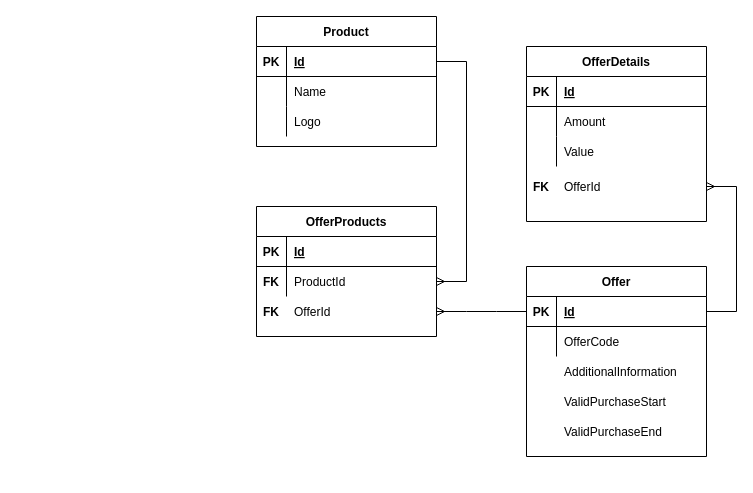
The draw.io diagram Documentation/Wireframes/EditableDocuments/database-design.drawio in hbux/ElancoRebatesProject, before the edit. Source tidied: cells renumbered, new cells numbered last; positions are measured from the earlier drawing's top-left corner, leaving out a move shared by most shapes. Both pictures are drawn from the tidied source at 100%, with x=0, y=0 at pixel (256, 16).
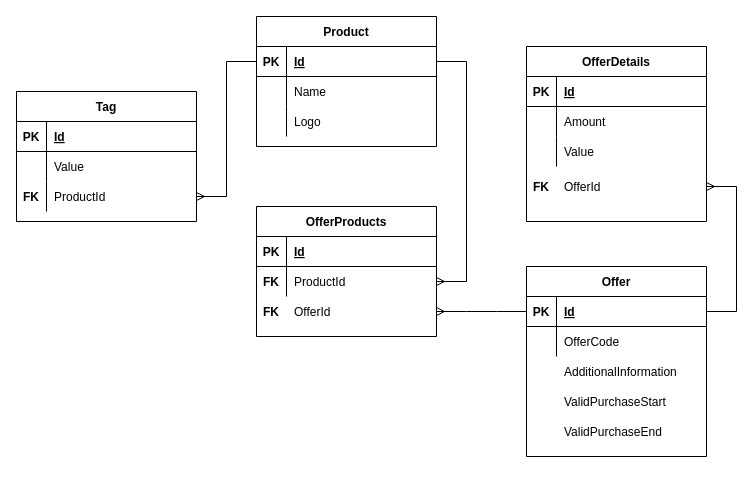
After the change.

Unchanged cells that the change refers to:
```xml
<mxCell id="33" style="shape=tableRow;horizontal=0;startSize=0;swimlaneHead=0;swimlaneBody=0;fillColor=none;points=[[0,0.5],[1,0.5]];portConstraint=eastwest;top=0;left=0;right=0;bottom=1;" parent="32" vertex="1">
  <mxGeometry y="30" width="180" height="30" as="geometry" />
</mxCell>
```

What changed in the source:
```diff
@@
+    <mxCell id="57" value="Tag" style="shape=table;startSize=30;childLayout=tableLayout;rowLines=0;fontStyle=1;align=center;" parent="1" vertex="1">
+      <mxGeometry x="-240" y="75" width="180" height="130" as="geometry" />
+    </mxCell>
+    <mxCell id="58" style="shape=tableRow;horizontal=0;startSize=0;swimlaneHead=0;swimlaneBody=0;fillColor=none;top=0;left=0;right=0;bottom=1;" parent="57" vertex="1">
+      <mxGeometry y="30" width="180" height="30" as="geometry" />
+    </mxCell>
+    <mxCell id="59" value="PK" style="shape=partialRectangle;fillColor=none;top=0;left=0;bottom=0;right=0;fontStyle=1;overflow=hidden;" parent="58" vertex="1">
+      <mxGeometry width="30" height="30" as="geometry" />
+    </mxCell>
+    <mxCell id="60" value="Id" style="shape=partialRectangle;fillColor=none;top=0;left=0;bottom=0;right=0;align=left;spacingLeft=6;fontStyle=5;overflow=hidden;" parent="58" vertex="1">
+      <mxGeometry x="30" width="150" height="30" as="geometry" />
+    </mxCell>
+    <mxCell id="61" style="shape=tableRow;horizontal=0;startSize=0;swimlaneHead=0;swimlaneBody=0;fillColor=none;top=0;left=0;right=0;bottom=0;" parent="57" vertex="1">
+      <mxGeometry y="60" width="180" height="30" as="geometry" />
+    </mxCell>
+    <mxCell id="62" style="shape=partialRectangle;fillColor=none;top=0;left=0;bottom=0;right=0;overflow=hidden;" parent="61" vertex="1">
+      <mxGeometry width="30" height="30" as="geometry" />
+    </mxCell>
+    <mxCell id="63" value="Value" style="shape=partialRectangle;fillColor=none;top=0;left=0;bottom=0;right=0;align=left;spacingLeft=6;overflow=hidden;" parent="61" vertex="1">
+      <mxGeometry x="30" width="150" height="30" as="geometry" />
+    </mxCell>
+    <mxCell id="64" style="shape=tableRow;horizontal=0;startSize=0;swimlaneHead=0;swimlaneBody=0;fillColor=none;points=[[0,0.5],[1,0.5]];portConstraint=eastwest;top=0;left=0;right=0;bottom=0;" parent="57" vertex="1">
+      <mxGeometry y="90" width="180" height="30" as="geometry" />
+    </mxCell>
+    <mxCell id="65" style="shape=partialRectangle;fillColor=none;top=0;left=0;bottom=0;right=0;overflow=hidden;" parent="64" vertex="1">
+      <mxGeometry width="30" height="30" as="geometry" />
+    </mxCell>
+    <mxCell id="66" value="ProductId" style="shape=partialRectangle;fillColor=none;top=0;left=0;bottom=0;right=0;align=left;spacingLeft=6;overflow=hidden;" parent="64" vertex="1">
+      <mxGeometry x="30" width="150" height="30" as="geometry" />
+    </mxCell>
+    <mxCell id="67" value="FK" style="shape=partialRectangle;fillColor=none;top=0;left=0;bottom=0;right=0;fontStyle=1;overflow=hidden;" parent="1" vertex="1">
+      <mxGeometry x="-240" y="165" width="30" height="30" as="geometry" />
+    </mxCell>
+    <mxCell id="68" style="edgeStyle=entityRelationEdgeStyle;fontSize=12;html=1;endArrow=ERmany;rounded=0;" parent="1" edge="1" source="33" target="64">
+      <mxGeometry relative="1" as="geometry" />
+    </mxCell>
```
